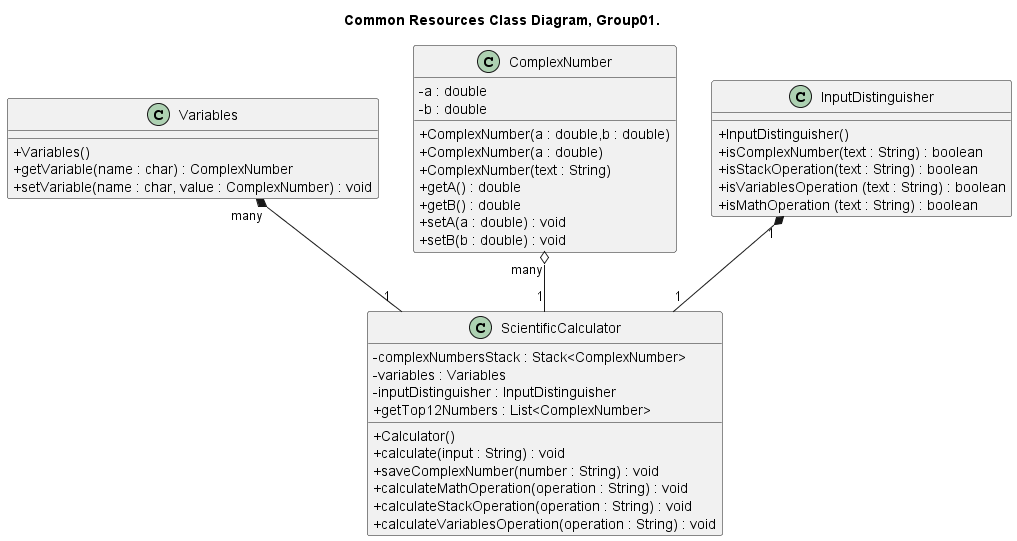
CiroCutolo/Scientific_Calculator_group01_2023 keeps this PlantUML diagram as class_diagram/ClassDiagramsGraphicalView/Common Resources ClassDiagram, Group01..png. Above is the earlier version.
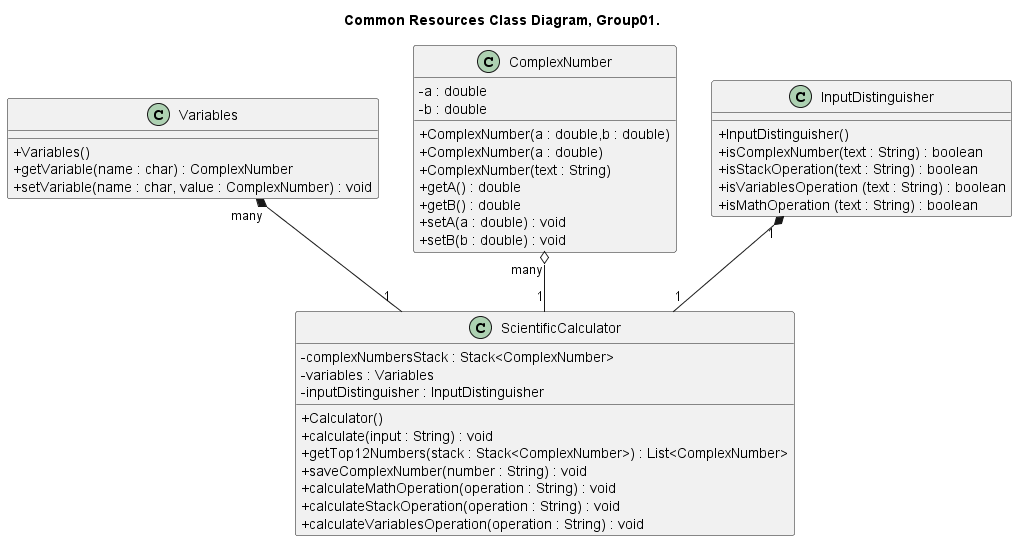
After the commit.

The edit, as a diff of the source:
```diff
@@ -35,8 +35,8 @@
     - variables : Variables
     - inputDistinguisher : InputDistinguisher
     + Calculator()
-    + getTop12Numbers : List<ComplexNumber>
     + calculate(input : String) : void
+    + getTop12Numbers(stack : Stack<ComplexNumber>) : List<ComplexNumber>
     + saveComplexNumber(number : String) : void
     + calculateMathOperation(operation : String) : void
     + calculateStackOperation(operation : String) : void
```
